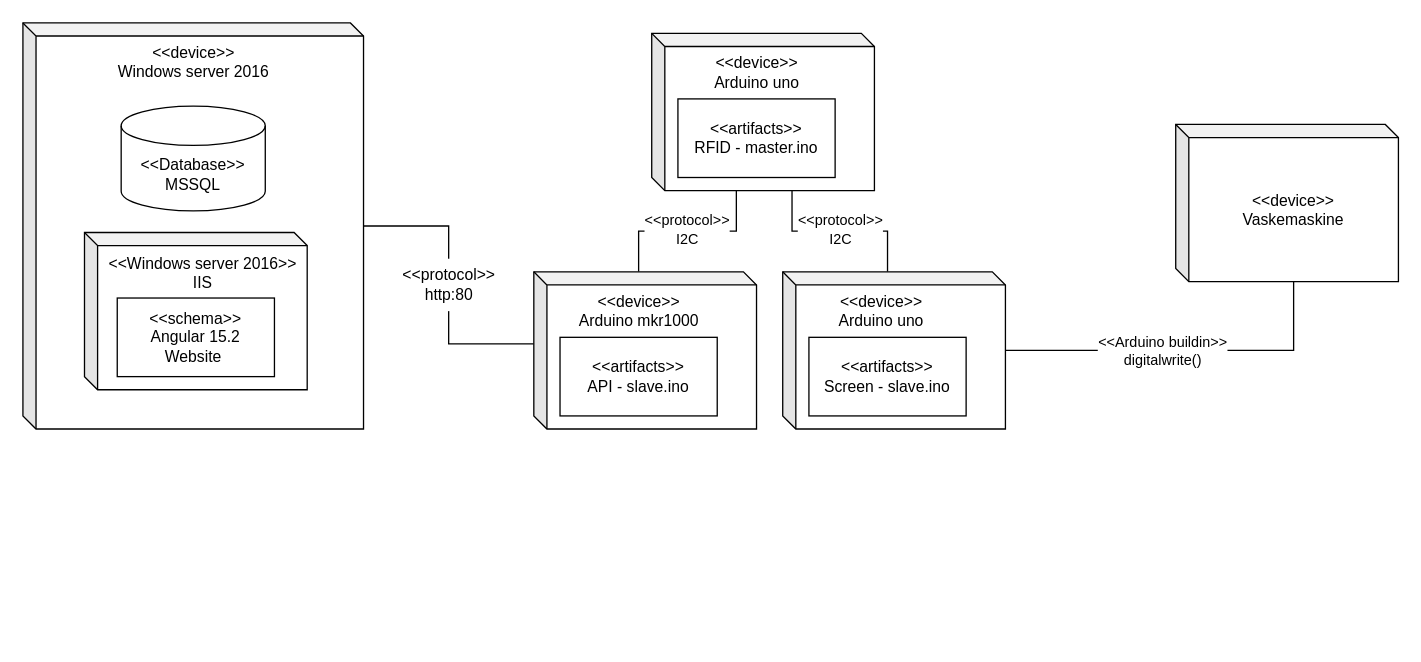
Before: Deployment dirgram/deployment dirgram.drawio in H5SvendeProve/Documentation, a draw.io diagram. Source tidied: cells renumbered, new cells numbered last; positions are measured from the earlier drawing's top-left corner, leaving out a move shared by most shapes. Both pictures are drawn from the tidied source at 131%, with x=0, y=0 at pixel (22, 22).
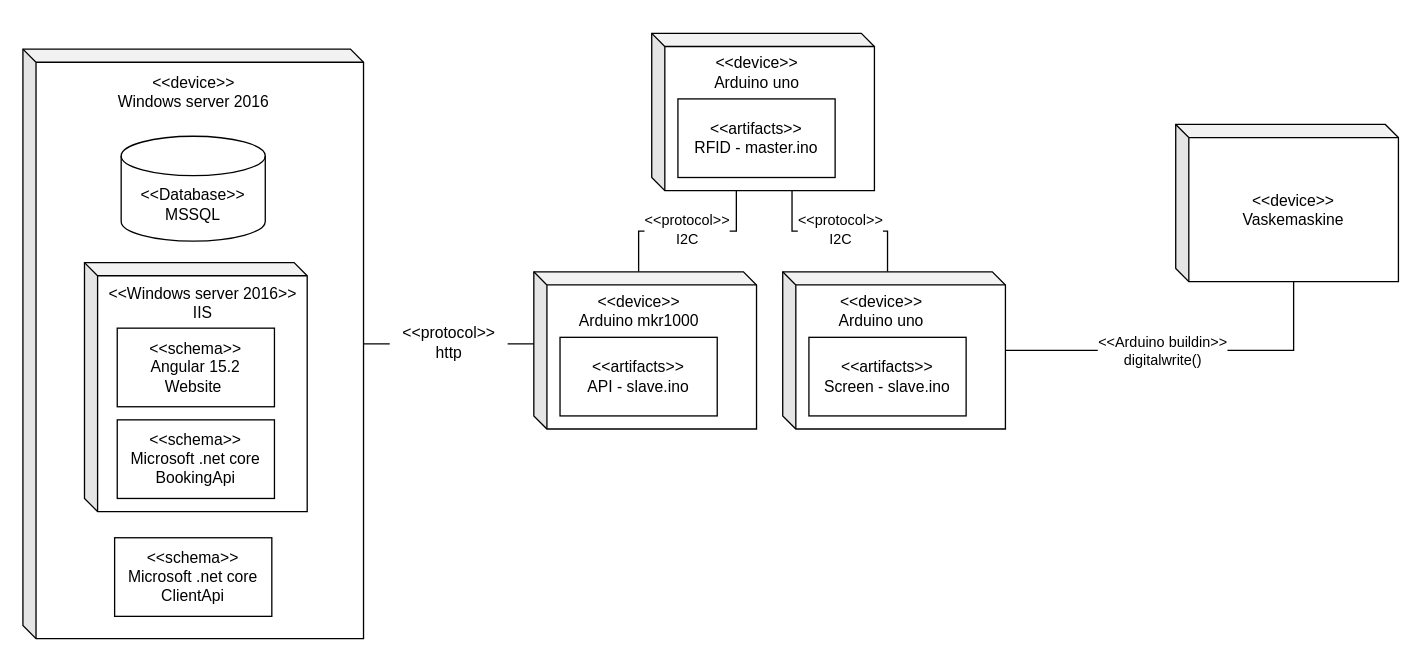
After the change.

Unchanged cells that the change refers to:
```xml
<mxCell id="14" style="shape=cube;whiteSpace=wrap;html=1;boundedLbl=1;backgroundOutline=1;darkOpacity=0.05;darkOpacity2=0.1;size=10;" parent="1" vertex="1">
  <mxGeometry x="390" y="190" width="170" height="120" as="geometry" />
</mxCell>
```

What changed in the source:
```diff
@@
-    <mxCell id="2" style="edgeStyle=orthogonalEdgeStyle;rounded=0;jettySize=auto;html=1;entryX=0;entryY=0;entryDx=0;entryDy=55;entryPerimeter=0;endArrow=none;endFill=0;" parent="1" edge="1" source="3" target="14">
-      <mxGeometry relative="1" as="geometry" />
-    </mxCell>
     <mxCell id="3" value="&lt;p style=&quot;line-height: 190%&quot;&gt;&lt;br&gt;&lt;/p&gt;" style="shape=cube;whiteSpace=wrap;html=1;boundedLbl=1;backgroundOutline=1;darkOpacity=0.05;darkOpacity2=0.1;size=10;" parent="1" vertex="1">
-      <mxGeometry width="260" height="310" as="geometry" />
+      <mxGeometry y="20" width="260" height="450" as="geometry" />
     </mxCell>
     <mxCell id="4" style="shape=cube;whiteSpace=wrap;html=1;boundedLbl=1;backgroundOutline=1;darkOpacity=0.05;darkOpacity2=0.1;size=10;align=center;" parent="1" vertex="1">
-      <mxGeometry x="47" y="160" width="170" height="120" as="geometry" />
+      <mxGeometry x="47" y="183" width="170" height="190" as="geometry" />
     </mxCell>
@@
     <mxCell id="6" value="&amp;lt;&amp;lt;Database&amp;gt;&amp;gt;&lt;br&gt;MSSQL" style="shape=cylinder3;whiteSpace=wrap;html=1;boundedLbl=1;backgroundOutline=1;size=15;" parent="1" vertex="1">
-      <mxGeometry x="75" y="63.5" width="110" height="80" as="geometry" />
+      <mxGeometry x="75" y="86.5" width="110" height="80" as="geometry" />
     </mxCell>
     <mxCell id="7" value="&lt;span&gt;&amp;lt;&amp;lt;device&amp;gt;&amp;gt;&lt;br&gt;Windows server 2016&lt;br&gt;&lt;/span&gt;" style="text;html=1;align=center;verticalAlign=middle;strokeColor=none;" parent="1" vertex="1">
-      <mxGeometry x="65" y="15" width="130" height="30" as="geometry" />
+      <mxGeometry x="65" y="38" width="130" height="30" as="geometry" />
     </mxCell>
     <mxCell id="8" value="&amp;lt;&amp;lt;schema&amp;gt;&amp;gt;&lt;br&gt;Angular 15.2&lt;br&gt;Website&amp;nbsp;" style="rounded=0;whiteSpace=wrap;html=1;" parent="1" vertex="1">
-      <mxGeometry x="72" y="210" width="120" height="60" as="geometry" />
+      <mxGeometry x="72" y="233" width="120" height="60" as="geometry" />
     </mxCell>
@@
     <mxCell id="23" value="&lt;span&gt;&amp;lt;&amp;lt;Windows server 2016&amp;gt;&amp;gt;&lt;/span&gt;&lt;br&gt;&lt;span&gt;IIS&lt;/span&gt;" style="text;html=1;align=center;verticalAlign=middle;strokeColor=none;" parent="1" vertex="1">
-      <mxGeometry x="57" y="175.5" width="160" height="30" as="geometry" />
+      <mxGeometry x="57" y="198.5" width="160" height="30" as="geometry" />
     </mxCell>
@@
+    <mxCell id="26" value="&amp;lt;&amp;lt;schema&amp;gt;&amp;gt;&lt;br&gt;Microsoft .net core&lt;br&gt;BookingApi" style="rounded=0;whiteSpace=wrap;html=1;" parent="1" vertex="1">
+      <mxGeometry x="72" y="303" width="120" height="60" as="geometry" />
+    </mxCell>
+    <mxCell id="27" value="&amp;lt;&amp;lt;schema&amp;gt;&amp;gt;&lt;br&gt;Microsoft .net core&lt;br&gt;ClientApi" style="rounded=0;whiteSpace=wrap;html=1;" parent="1" vertex="1">
+      <mxGeometry x="70" y="393" width="120" height="60" as="geometry" />
+    </mxCell>
+    <mxCell id="2" style="edgeStyle=orthogonalEdgeStyle;rounded=0;jettySize=auto;html=1;endArrow=none;endFill=0;entryX=0;entryY=0;entryDx=0;entryDy=55;entryPerimeter=0;" parent="1" edge="1" source="3" target="14">
+      <mxGeometry relative="1" as="geometry">
+        <Array as="points">
+          <mxPoint x="340" y="245" />
+          <mxPoint x="340" y="245" />
+        </Array>
+      </mxGeometry>
+    </mxCell>
-    <mxCell id="25" value="&amp;lt;&amp;lt;protocol&amp;gt;&amp;gt;&lt;br&gt;http:80" style="text;html=1;align=center;verticalAlign=middle;strokeColor=none;fillColor=default;" parent="1" vertex="1">
-      <mxGeometry x="280" y="180" width="90" height="40" as="geometry" />
+    <mxCell id="25" value="&amp;lt;&amp;lt;protocol&amp;gt;&amp;gt;&lt;br&gt;http" style="text;html=1;align=center;verticalAlign=middle;strokeColor=none;fillColor=default;" parent="1" vertex="1">
+      <mxGeometry x="280" y="224" width="90" height="40" as="geometry" />
     </mxCell>
```
